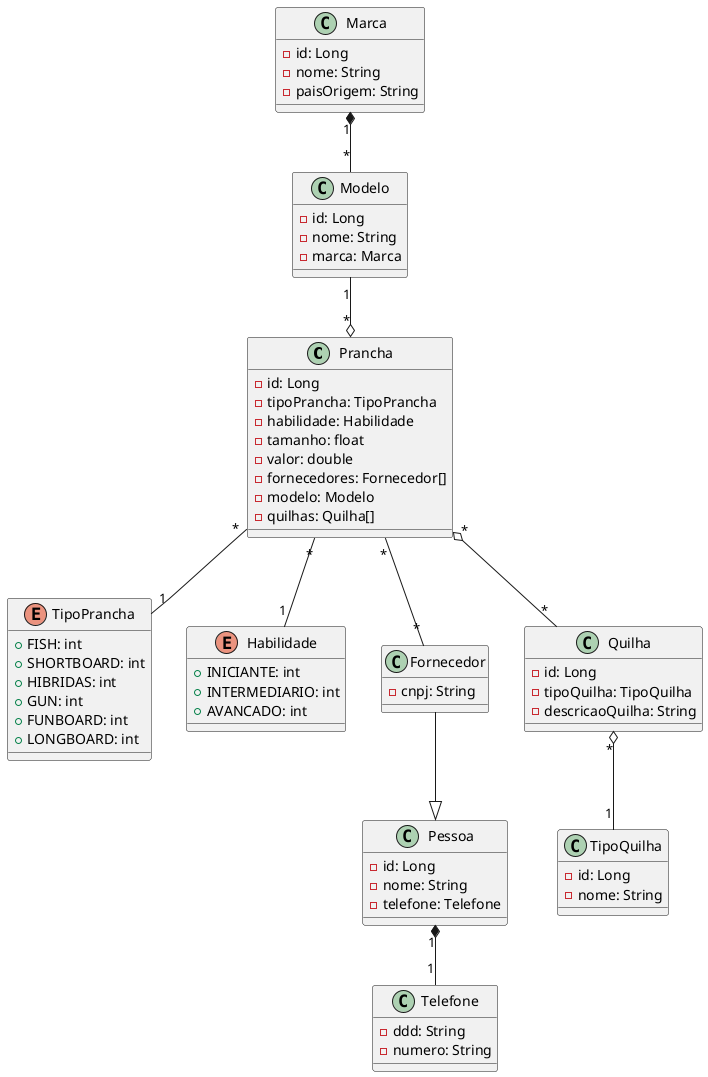
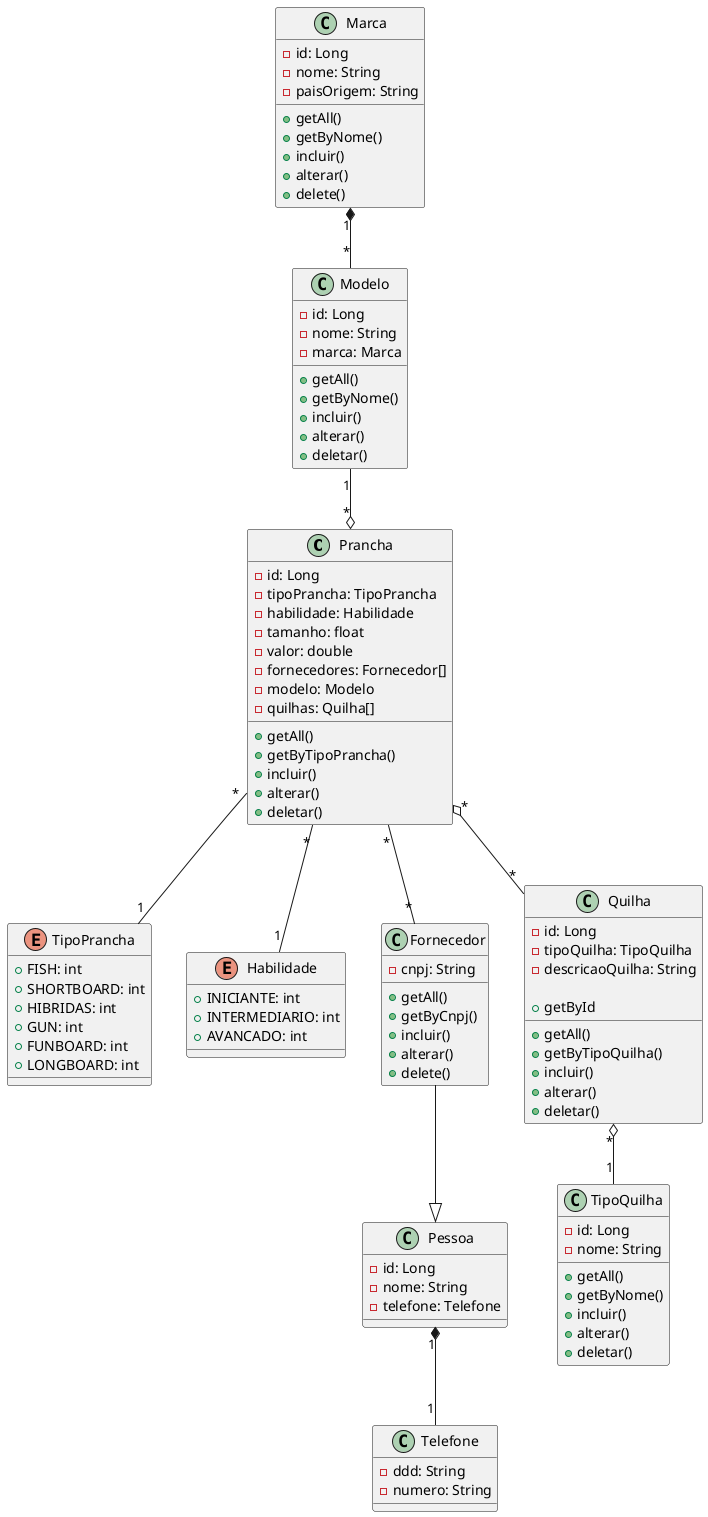
@startuml pranchas

class Prancha {
  - id: Long
  - tipoPrancha: TipoPrancha
  - habilidade: Habilidade
  - tamanho: float
  - valor: double
  - fornecedores: Fornecedor[]
  - modelo: Modelo
  - quilhas: Quilha[]
+ 
+   + getAll()
+   + getByTipoPrancha()
+   + incluir()
+   + alterar()
+   + deletar()
}

enum TipoPrancha {
  + FISH: int
  + SHORTBOARD: int
  + HIBRIDAS: int
  + GUN: int
  + FUNBOARD: int
  + LONGBOARD: int
}

enum Habilidade {
  + INICIANTE: int
  + INTERMEDIARIO: int
  + AVANCADO: int
}

class Fornecedor {
  - cnpj: String
+ 
+   + getAll()
+   + getByCnpj()
+   + incluir()
+   + alterar()
+   + delete()
}

class Marca {
  - id: Long
  - nome: String
  - paisOrigem: String
+ 
+   + getAll()
+   + getByNome()
+   + incluir()
+   + alterar()
+   + delete()
}

class Modelo {
  - id: Long
  - nome: String
  - marca: Marca
+ 
+   + getAll()
+   + getByNome()
+   + incluir()
+   + alterar()
+   + deletar()
}

class Quilha {
  - id: Long
  - tipoQuilha: TipoQuilha
  - descricaoQuilha: String
+ 
+   + getAll()
+   + getByTipoQuilha()
+   + getById
+   + incluir()
+   + alterar()
+   + deletar()
}

class TipoQuilha {
  - id: Long
  - nome: String
+ 
+   + getAll()
+   + getByNome()
+   + incluir()
+   + alterar()
+   + deletar()
}

class Pessoa {
  - id: Long
  - nome: String
  - telefone: Telefone
}

class Telefone {
  - ddd: String
  - numero: String
}

Prancha "*" –- "*" Fornecedor
Prancha "*" -- "1" TipoPrancha
Prancha "*" -- "1" Habilidade
Marca "1" *-- "*" Modelo
Modelo "1" --o "*" Prancha
Prancha "*" o-- "*" Quilha
Quilha "*" o-- "1" TipoQuilha
Fornecedor --|> Pessoa
Pessoa "1" *-- "1" Telefone

@enduml